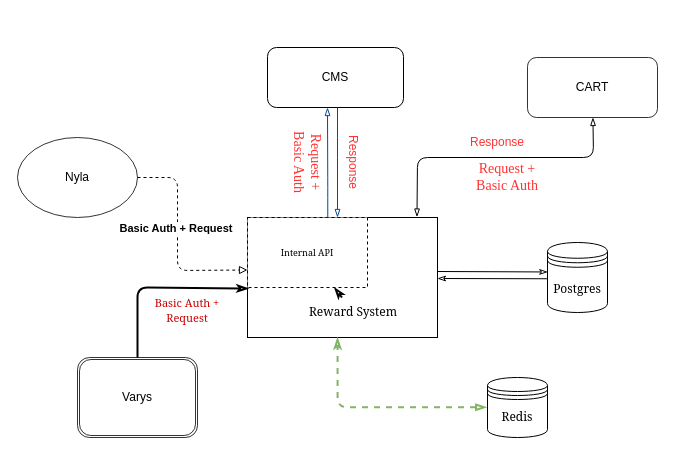
Earlier version of the draw.io diagram gradle/wrapper/Untitled Diagram.drawio (Kumaravinash9/Wifi-Direct). Source tidied: cells renumbered, new cells numbered last; positions are measured from the earlier drawing's top-left corner, leaving out a move shared by most shapes. Both pictures are drawn from the tidied source at 100%, with x=0, y=0 at pixel (17, 47).
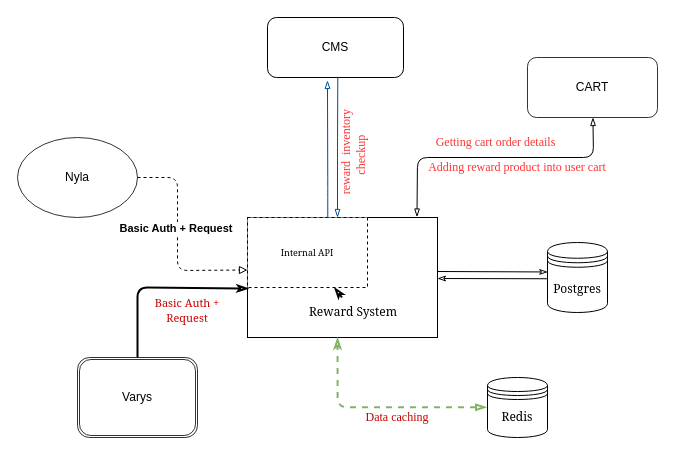
The same diagram, later.

Unchanged cells that the change refers to:
```xml
<mxCell id="5" style="rounded=0;whiteSpace=wrap;html=1;shadow=0;dashed=1;" parent="1" vertex="1">
  <mxGeometry x="230" y="170" width="120" height="70" as="geometry" />
</mxCell>
```

What changed in the source:
```diff
@@
     <mxCell id="13" value="CMS" style="rounded=1;whiteSpace=wrap;html=1;shadow=0;" parent="1" vertex="1">
-      <mxGeometry x="250" width="136" height="60" as="geometry" />
+      <mxGeometry x="250" y="-30" width="136" height="60" as="geometry" />
     </mxCell>
-    <mxCell id="14" style="edgeStyle=elbowEdgeStyle;elbow=vertical;endArrow=blockThin;html=1;strokeWidth=1;strokeColor=#004C99;exitX=0.669;exitY=0.005;exitDx=0;exitDy=0;exitPerimeter=0;endFill=0;" parent="1" edge="1" source="5">
+    <mxCell id="14" style="edgeStyle=elbowEdgeStyle;elbow=vertical;endArrow=blockThin;html=1;strokeWidth=1;strokeColor=#004C99;exitX=0.669;exitY=0.005;exitDx=0;exitDy=0;exitPerimeter=0;endFill=0;entryX=0.441;entryY=1.05;entryDx=0;entryDy=0;entryPerimeter=0;" parent="1" edge="1" source="5" target="13">
       <mxGeometry relative="1" as="geometry">
-        <mxPoint x="310" y="60" as="targetPoint" />
         <Array as="points">
           <mxPoint x="276" y="140" />
           <mxPoint x="310" y="110" />
           <mxPoint x="310" y="79" />
           <mxPoint x="310" y="93" />
           <mxPoint x="336" y="113" />
         </Array>
       </mxGeometry>
     </mxCell>
-    <mxCell id="15" style="endArrow=blockThin;html=1;strokeWidth=1;strokeColor=#004C99;entryX=0.75;entryY=0;entryDx=0;entryDy=0;endFill=0;" parent="1" edge="1" target="5">
+    <mxCell id="15" style="endArrow=blockThin;html=1;strokeWidth=1;strokeColor=#004C99;entryX=0.75;entryY=0;entryDx=0;entryDy=0;endFill=0;exitX=0.517;exitY=0.989;exitDx=0;exitDy=0;exitPerimeter=0;" parent="1" edge="1" source="13" target="5">
       <mxGeometry relative="1" as="geometry">
-        <mxPoint x="320" y="60" as="sourcePoint" />
         <Array as="points">
           <mxPoint x="320" y="100" />
         </Array>
       </mxGeometry>
     </mxCell>
@@
-    <mxCell id="23" value="&lt;font color=&quot;#ff3333&quot; face=&quot;Garamond&quot; style=&quot;font-size: 14px&quot;&gt;Request + Basic Auth&lt;/font&gt;" style="text;html=1;strokeColor=none;fillColor=none;align=center;verticalAlign=middle;whiteSpace=wrap;rounded=0;shadow=0;opacity=80;rotation=0;" parent="1" vertex="1">
-      <mxGeometry x="450" y="115" width="80" height="30" as="geometry" />
+    <mxCell id="23" value="&lt;font color=&quot;#ff3333&quot; face=&quot;Garamond&quot; style=&quot;font-size: 12px&quot;&gt;Adding reward product into user cart&lt;/font&gt;" style="text;html=1;strokeColor=none;fillColor=none;align=center;verticalAlign=middle;whiteSpace=wrap;rounded=0;shadow=0;opacity=80;rotation=0;" parent="1" vertex="1">
+      <mxGeometry x="390" y="105" width="220" height="30" as="geometry" />
     </mxCell>
-    <mxCell id="24" value="&lt;font color=&quot;#ff3333&quot;&gt;Response&lt;/font&gt;" style="text;html=1;strokeColor=none;fillColor=none;align=center;verticalAlign=middle;whiteSpace=wrap;rounded=0;shadow=0;opacity=80;rotation=90;" parent="1" vertex="1">
-      <mxGeometry x="316" y="105" width="40" height="20" as="geometry" />
-    </mxCell>
-    <mxCell id="25" value="&lt;font color=&quot;#ff3333&quot; face=&quot;Garamond&quot; style=&quot;font-size: 14px&quot;&gt;Request + Basic Auth&lt;/font&gt;" style="text;html=1;strokeColor=none;fillColor=none;align=center;verticalAlign=middle;whiteSpace=wrap;rounded=0;shadow=0;opacity=80;rotation=90;" parent="1" vertex="1">
-      <mxGeometry x="250" y="100" width="80" height="30" as="geometry" />
+    <mxCell id="25" value="&lt;font color=&quot;#ff3333&quot; face=&quot;Garamond&quot; style=&quot;font-size: 12px&quot;&gt;&amp;nbsp;reward&amp;nbsp; inventory checkup&amp;nbsp;&lt;/font&gt;" style="text;html=1;strokeColor=none;fillColor=none;align=center;verticalAlign=middle;whiteSpace=wrap;rounded=0;shadow=0;opacity=80;rotation=270;" parent="1" vertex="1">
+      <mxGeometry x="271.2" y="86.2" width="129.5" height="40" as="geometry" />
     </mxCell>
-    <mxCell id="26" value="&lt;font color=&quot;#ff3333&quot;&gt;Response&lt;/font&gt;" style="text;html=1;strokeColor=none;fillColor=none;align=center;verticalAlign=middle;whiteSpace=wrap;rounded=0;shadow=0;opacity=80;rotation=0;" parent="1" vertex="1">
-      <mxGeometry x="460" y="85" width="40" height="20" as="geometry" />
+    <mxCell id="26" value="&lt;font color=&quot;#ff3333&quot; face=&quot;Garamond&quot;&gt;Getting cart order details&amp;nbsp;&lt;/font&gt;" style="text;html=1;strokeColor=none;fillColor=none;align=center;verticalAlign=middle;whiteSpace=wrap;rounded=0;shadow=0;opacity=80;rotation=0;" parent="1" vertex="1">
+      <mxGeometry x="390" y="85" width="180" height="20" as="geometry" />
     </mxCell>
@@
+    <mxCell id="28" value="&lt;font style=&quot;font-size: 12px&quot; face=&quot;Garamond&quot; color=&quot;#cc0000&quot;&gt;Data&amp;nbsp;&lt;/font&gt;&lt;font color=&quot;#cc0000&quot; face=&quot;Garamond&quot;&gt;caching&lt;/font&gt;" style="text;html=1;strokeColor=none;fillColor=none;align=center;verticalAlign=middle;whiteSpace=wrap;rounded=0;" parent="1" vertex="1">
+      <mxGeometry x="310" y="360" width="140" height="20" as="geometry" />
+    </mxCell>
```
